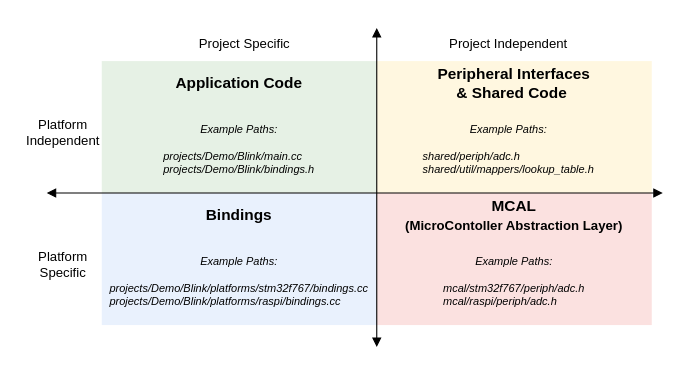
macformula/racecar keeps this draw.io diagram as page "Light" (1 of 2) of docs/docs/firmware/architecture/arch_diagram.drawio. Above is the earlier version. Source tidied: cells renumbered, new cells numbered last; positions are measured from the earlier drawing's top-left corner, leaving out a move shared by most shapes. Both pictures are drawn from the tidied source at 110%, with x=0, y=0 at pixel (19, 28).
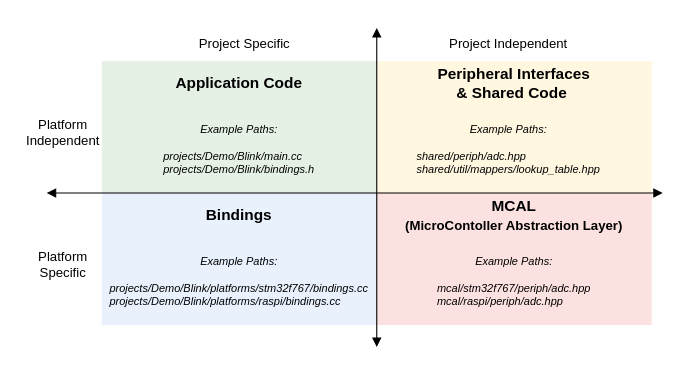
Above is the later version.

The edit, as a diff of the source:
```diff
@@
-    <mxCell id="11" value="&lt;span style=&quot;font-weight: normal; font-size: 10px;&quot;&gt;Example Paths:&lt;br&gt;&lt;br&gt;mcal/stm32f767/periph/adc.h&lt;br&gt;&lt;div style=&quot;text-align: left;&quot;&gt;&lt;span style=&quot;background-color: initial;&quot;&gt;mcal/raspi/periph/adc.h&lt;/span&gt;&lt;/div&gt;&lt;/span&gt;" style="text;html=1;align=center;verticalAlign=top;whiteSpace=wrap;rounded=0;fontStyle=3;fontFamily=Helvetica;fontSize=10;" parent="1" vertex="1">
+    <mxCell id="11" value="&lt;span style=&quot;font-weight: normal; font-size: 10px;&quot;&gt;Example Paths:&lt;br&gt;&lt;br&gt;mcal/stm32f767/periph/adc.hpp&lt;br&gt;&lt;div style=&quot;text-align: left;&quot;&gt;&lt;span style=&quot;background-color: initial;&quot;&gt;mcal/raspi/periph/adc.hpp&lt;/span&gt;&lt;/div&gt;&lt;/span&gt;" style="text;html=1;align=center;verticalAlign=top;whiteSpace=wrap;rounded=0;fontStyle=3;fontFamily=Helvetica;fontSize=10;" parent="1" vertex="1">
       <mxGeometry x="325" y="200" width="250" height="70" as="geometry" />
     </mxCell>
@@
-    <mxCell id="17" value="&lt;span style=&quot;font-weight: 400; font-size: 10px;&quot;&gt;Example Paths:&lt;br&gt;&lt;br&gt;&lt;div style=&quot;text-align: left;&quot;&gt;&lt;span style=&quot;background-color: initial;&quot;&gt;shared/periph/adc.h&lt;/span&gt;&lt;/div&gt;&lt;/span&gt;&lt;span style=&quot;font-weight: normal; font-size: 10px;&quot;&gt;shared/util/mappers/lookup_table.h&lt;br style=&quot;font-size: 10px;&quot;&gt;&lt;/span&gt;" style="text;html=1;align=center;verticalAlign=top;whiteSpace=wrap;rounded=0;fontStyle=3;fontFamily=Helvetica;fontSize=10;" parent="1" vertex="1">
+    <mxCell id="17" value="&lt;span style=&quot;font-weight: 400; font-size: 10px;&quot;&gt;Example Paths:&lt;br&gt;&lt;br&gt;&lt;div style=&quot;text-align: left;&quot;&gt;&lt;span style=&quot;background-color: initial;&quot;&gt;shared/periph/adc.hpp&lt;/span&gt;&lt;/div&gt;&lt;/span&gt;&lt;span style=&quot;font-weight: normal; font-size: 10px;&quot;&gt;shared/util/mappers/lookup_table.hpp&lt;br style=&quot;font-size: 10px;&quot;&gt;&lt;/span&gt;" style="text;html=1;align=center;verticalAlign=top;whiteSpace=wrap;rounded=0;fontStyle=3;fontFamily=Helvetica;fontSize=10;" parent="1" vertex="1">
       <mxGeometry x="345" y="80" width="200" height="70" as="geometry" />
     </mxCell>
```
